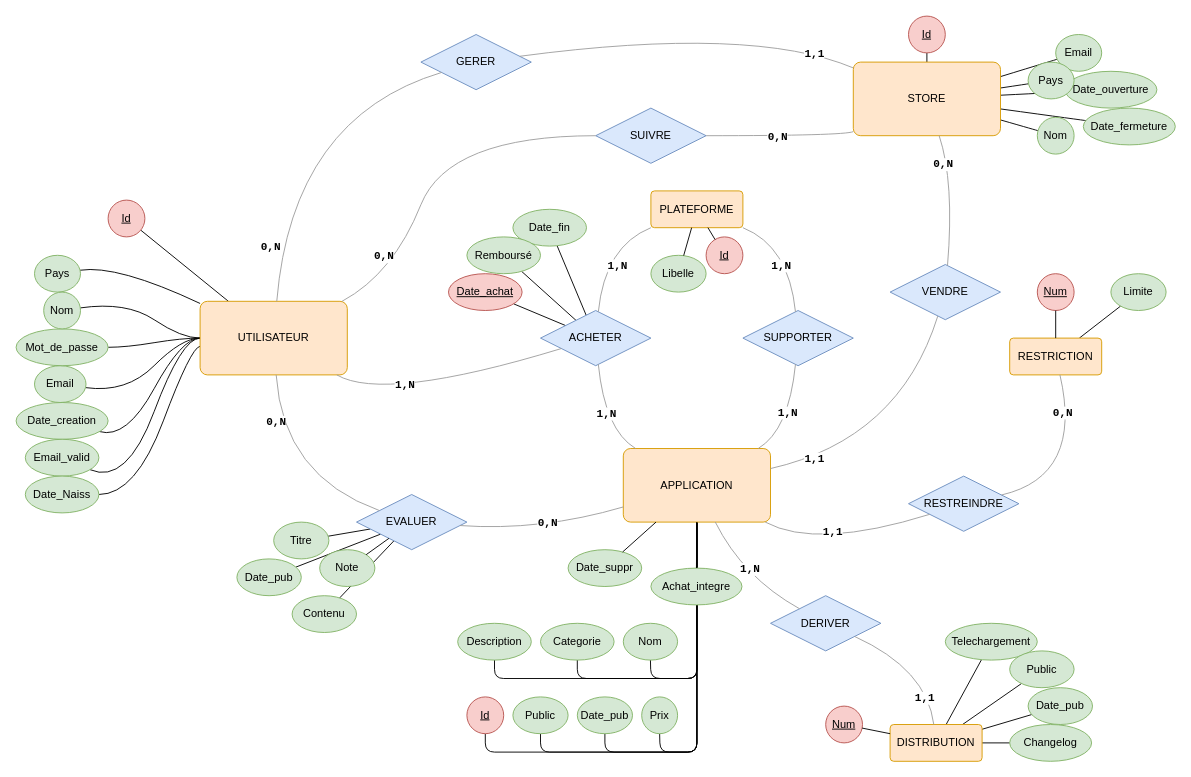
This is schema.drawio from UVSQ-22400381/projet-bdd, a draw.io file, before an edit. Source tidied: cells renumbered, new cells numbered last; positions are measured from the earlier drawing's top-left corner, leaving out a move shared by most shapes. Both pictures are drawn from the tidied source at 92%, with x=0, y=0 at pixel (16, 16).
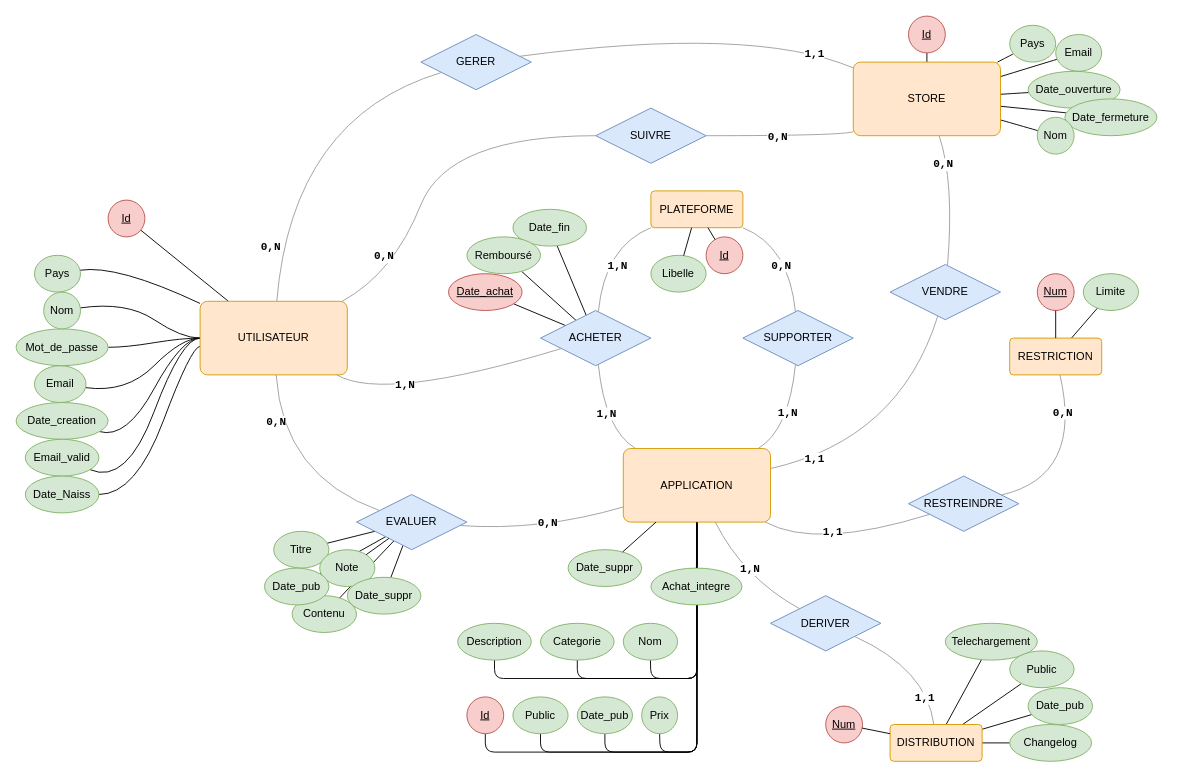
After the change.

Commit message:
Légère mise à jour du diagramme

Unchanged cells that the change refers to:
```xml
<mxCell id="45" value="EVALUER" style="shape=rhombus;perimeter=rhombusPerimeter;whiteSpace=wrap;html=1;align=center;fillColor=#dae8fc;strokeColor=#6c8ebf;" parent="1" vertex="1">
  <mxGeometry x="370" y="520" width="120" height="60" as="geometry" />
</mxCell>
<mxCell id="56" style="endArrow=none;html=1;rounded=0;fontSize=12;startSize=8;endSize=8;curved=1;strokeColor=light-dark(#9F9F9F,#EDEDED);" parent="1" edge="1" source="41" target="36">
  <mxGeometry relative="1" as="geometry">
    <Array as="points">
      <mxPoint x="840" y="250" />
    </Array>
  </mxGeometry>
</mxCell>
```

The edit, as a diff of the source:
```diff
@@
+    <mxCell id="128" style="endArrow=none;html=1;rounded=0;" parent="1" edge="1" source="129" target="45">
+      <mxGeometry relative="1" as="geometry" />
+    </mxCell>
@@
-    <mxCell id="57" value="1,N" style="whiteSpace=wrap;align=right;verticalAlign=bottom;fontFamily=Courier New;fontStyle=1;labelBorderColor=none;html=1;labelBackgroundColor=default;spacingTop=0;spacing=2;textShadow=0;" parent="56" vertex="1">
+    <mxCell id="57" value="0,N" style="whiteSpace=wrap;align=right;verticalAlign=bottom;fontFamily=Courier New;fontStyle=1;labelBorderColor=none;html=1;labelBackgroundColor=default;spacingTop=0;spacing=2;textShadow=0;" parent="56" vertex="1">
       <mxGeometry x="1" relative="1" as="geometry">
         <mxPoint x="54" y="50" as="offset" />
       </mxGeometry>
     </mxCell>
@@
     <mxCell id="74" value="Titre" style="ellipse;whiteSpace=wrap;html=1;align=center;fillColor=#d5e8d4;strokeColor=#82b366;" parent="1" vertex="1">
-      <mxGeometry x="280" y="550" width="60" height="40" as="geometry" />
+      <mxGeometry x="280" y="560" width="60" height="40" as="geometry" />
     </mxCell>
@@
     <mxCell id="86" value="Date_ouverture" style="ellipse;whiteSpace=wrap;html=1;align=center;fillColor=#d5e8d4;strokeColor=#82b366;" parent="1" vertex="1">
-      <mxGeometry x="1140" y="60" width="100" height="40" as="geometry" />
+      <mxGeometry x="1100" y="60" width="100" height="40" as="geometry" />
     </mxCell>
     <mxCell id="87" value="Date_fermeture" style="ellipse;whiteSpace=wrap;html=1;align=center;fillColor=#d5e8d4;strokeColor=#82b366;" parent="1" vertex="1">
-      <mxGeometry x="1160" y="100" width="100" height="40" as="geometry" />
+      <mxGeometry x="1140" y="90" width="100" height="40" as="geometry" />
     </mxCell>
@@
     <mxCell id="90" value="&lt;div&gt;Pays&lt;/div&gt;" style="ellipse;whiteSpace=wrap;html=1;align=center;fillColor=#d5e8d4;strokeColor=#82b366;" parent="1" vertex="1">
-      <mxGeometry x="1100" y="50" width="50" height="40" as="geometry" />
+      <mxGeometry x="1080" y="10" width="50" height="40" as="geometry" />
     </mxCell>
@@
     <mxCell id="92" value="Date_pub" style="ellipse;whiteSpace=wrap;html=1;align=center;fillColor=#d5e8d4;strokeColor=#82b366;" parent="1" vertex="1">
-      <mxGeometry x="240" y="590" width="70" height="40" as="geometry" />
+      <mxGeometry x="270" y="600" width="70" height="40" as="geometry" />
     </mxCell>
+    <mxCell id="129" value="Date_suppr" style="ellipse;whiteSpace=wrap;html=1;align=center;fillColor=#d5e8d4;strokeColor=#82b366;" parent="1" vertex="1">
+      <mxGeometry x="360" y="610" width="80" height="40" as="geometry" />
+    </mxCell>
@@
     <mxCell id="101" value="Limite" style="ellipse;whiteSpace=wrap;html=1;align=center;fillColor=#d5e8d4;strokeColor=#82b366;" parent="1" vertex="1">
-      <mxGeometry x="1190" y="280" width="60" height="40" as="geometry" />
+      <mxGeometry x="1160" y="280" width="60" height="40" as="geometry" />
     </mxCell>
```
